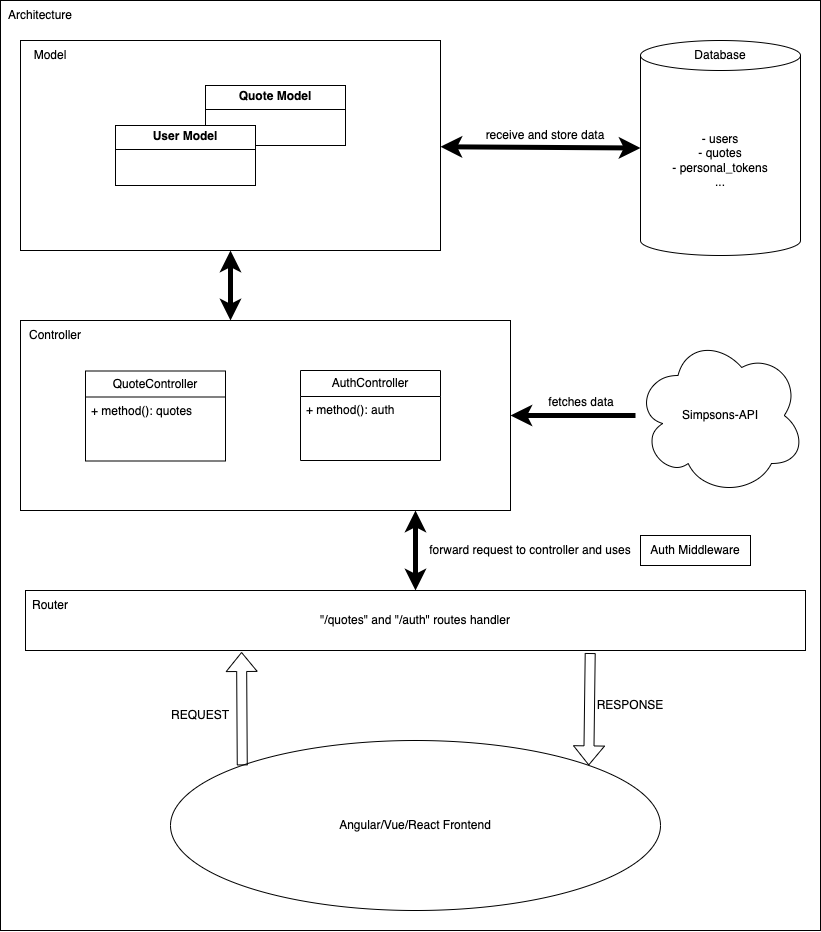
matzedav/challenge-hanseatic keeps this draw.io diagram as images/Architecture.png. Above is the earlier version. Source tidied: cells renumbered, new cells last; positions are measured from the earlier drawing's top-left corner, leaving out a move shared by most shapes. Source of this version:
```xml
<mxGraphModel>
  <root>
    <mxCell id="0" />
    <mxCell id="1" parent="0" />
    <mxCell id="2" style="rounded=0;whiteSpace=wrap;html=1;" parent="1" vertex="1">
      <mxGeometry width="820" height="930" as="geometry" />
    </mxCell>
    <mxCell id="3" style="rounded=0;whiteSpace=wrap;html=1;" parent="1" vertex="1">
      <mxGeometry x="20" y="40" width="420" height="210" as="geometry" />
    </mxCell>
    <mxCell id="4" value="&lt;p style=&quot;margin:0px;margin-top:4px;text-align:center;&quot;&gt;&lt;b&gt;Quote&lt;/b&gt;&lt;span style=&quot;color: rgba(0, 0, 0, 0); font-family: monospace; font-size: 0px; text-wrap: nowrap; background-color: initial; text-align: left;&quot;&gt;%3CmxGraphModel%3E%3Croot%3E%3CmxCell%20id%3D%220%22%2F%3E%3CmxCell%20id%3D%221%22%20parent%3D%220%22%2F%3E%3CmxCell%20id%3D%222%22%20value%3D%22%26lt%3Bp%20style%3D%26quot%3Bmargin%3A0px%3Bmargin-top%3A4px%3Btext-align%3Acenter%3B%26quot%3B%26gt%3B%26lt%3Bb%26gt%3BUser%20Model%26lt%3B%2Fb%26gt%3B%26lt%3B%2Fp%26gt%3B%26lt%3Bhr%20size%3D%26quot%3B1%26quot%3B%20style%3D%26quot%3Bborder-style%3Asolid%3B%26quot%3B%26gt%3B%26lt%3Bdiv%20style%3D%26quot%3Bheight%3A2px%3B%26quot%3B%26gt%3B%26lt%3B%2Fdiv%26gt%3B%22%20style%3D%22verticalAlign%3Dtop%3Balign%3Dleft%3Boverflow%3Dfill%3Bhtml%3D1%3BwhiteSpace%3Dwrap%3B%22%20vertex%3D%221%22%20parent%3D%221%22%3E%3CmxGeometry%20x%3D%22355%22%20y%3D%22630%22%20width%3D%22140%22%20height%3D%2260%22%20as%3D%22geometry%22%2F%3E%3C%2FmxCell%3E%3C%2Froot%3E%3C%2FmxGraphModel%3E&lt;/span&gt;&lt;b style=&quot;background-color: initial;&quot;&gt;&amp;nbsp;Model&lt;/b&gt;&lt;/p&gt;&lt;hr size=&quot;1&quot; style=&quot;border-style:solid;&quot;&gt;&lt;div style=&quot;height:2px;&quot;&gt;&lt;/div&gt;" style="verticalAlign=top;align=left;overflow=fill;html=1;whiteSpace=wrap;" parent="1" vertex="1">
      <mxGeometry x="205" y="85" width="140" height="60" as="geometry" />
    </mxCell>
    <mxCell id="5" value="&lt;span style=&quot;background-color: initial;&quot;&gt;- users&lt;/span&gt;&lt;div&gt;- quotes&lt;/div&gt;&lt;div&gt;- personal_tokens&lt;/div&gt;&lt;div&gt;...&lt;/div&gt;" style="shape=cylinder3;whiteSpace=wrap;html=1;boundedLbl=1;backgroundOutline=1;size=15;" parent="1" vertex="1">
      <mxGeometry x="640" y="40" width="160" height="215" as="geometry" />
    </mxCell>
    <mxCell id="6" value="&lt;p style=&quot;text-align: center; margin: 4px 0px 0px;&quot;&gt;&lt;span style=&quot;background-color: initial; text-align: left;&quot;&gt;&lt;b&gt;User&lt;/b&gt;&lt;/span&gt;&lt;span style=&quot;color: rgba(0, 0, 0, 0); font-family: monospace; font-size: 0px; text-wrap: nowrap; background-color: initial; text-align: left;&quot;&gt;%3CmxGraphModel%3E%3Croot%3E%3CmxCell%20id%3D%220%22%2F%3E%3CmxCell%20id%3D%221%22%20parent%3D%220%22%2F%3E%3CmxCell%20id%3D%222%22%20value%3D%22%26lt%3Bp%20style%3D%26quot%3Bmargin%3A0px%3Bmargin-top%3A4px%3Btext-align%3Acenter%3B%26quot%3B%26gt%3B%26lt%3Bb%26gt%3BUser%20Model%26lt%3B%2Fb%26gt%3B%26lt%3B%2Fp%26gt%3B%26lt%3Bhr%20size%3D%26quot%3B1%26quot%3B%20style%3D%26quot%3Bborder-style%3Asolid%3B%26quot%3B%26gt%3B%26lt%3Bdiv%20style%3D%26quot%3Bheight%3A2px%3B%26quot%3B%26gt%3B%26lt%3B%2Fdiv%26gt%3B%22%20style%3D%22verticalAlign%3Dtop%3Balign%3Dleft%3Boverflow%3Dfill%3Bhtml%3D1%3BwhiteSpace%3Dwrap%3B%22%20vertex%3D%221%22%20parent%3D%221%22%3E%3CmxGeometry%20x%3D%22355%22%20y%3D%22630%22%20width%3D%22140%22%20height%3D%2260%22%20as%3D%22geometry%22%2F%3E%3C%2FmxCell%3E%3C%2Froot%3E%3C%2FmxGraphModel%3E&lt;/span&gt;&lt;b style=&quot;background-color: initial;&quot;&gt;&amp;nbsp;Model&lt;/b&gt;&lt;/p&gt;&lt;hr size=&quot;1&quot; style=&quot;border-style:solid;&quot;&gt;&lt;div style=&quot;height:2px;&quot;&gt;&lt;/div&gt;" style="verticalAlign=top;align=left;overflow=fill;html=1;whiteSpace=wrap;" parent="1" vertex="1">
      <mxGeometry x="115" y="125" width="140" height="60" as="geometry" />
    </mxCell>
    <mxCell id="7" style="endArrow=classic;startArrow=classic;html=1;rounded=0;entryX=0;entryY=0.5;entryDx=0;entryDy=0;entryPerimeter=0;fontSize=22;strokeWidth=5;" parent="1" edge="1" source="3" target="5">
      <mxGeometry relative="1" as="geometry" />
    </mxCell>
    <mxCell id="8" value="receive and store data" style="text;strokeColor=none;align=center;fillColor=none;html=1;verticalAlign=middle;whiteSpace=wrap;rounded=0;" parent="1" vertex="1">
      <mxGeometry x="440" y="120" width="210" height="30" as="geometry" />
    </mxCell>
    <mxCell id="9" value="Model" style="text;strokeColor=none;align=center;fillColor=none;html=1;verticalAlign=middle;whiteSpace=wrap;rounded=0;" parent="1" vertex="1">
      <mxGeometry x="20" y="40" width="60" height="30" as="geometry" />
    </mxCell>
    <mxCell id="10" style="rounded=0;whiteSpace=wrap;html=1;" parent="1" vertex="1">
      <mxGeometry x="20" y="320" width="490" height="190" as="geometry" />
    </mxCell>
    <mxCell id="11" value="Controller" style="text;strokeColor=none;align=center;fillColor=none;html=1;verticalAlign=middle;whiteSpace=wrap;rounded=0;" parent="1" vertex="1">
      <mxGeometry x="25" y="320" width="60" height="30" as="geometry" />
    </mxCell>
    <mxCell id="12" value="QuoteController" style="swimlane;fontStyle=0;horizontal=1;startSize=26;fillColor=none;whiteSpace=wrap;html=1;" parent="1" vertex="1">
      <mxGeometry x="85" y="370.5" width="140" height="90" as="geometry" />
    </mxCell>
    <mxCell id="13" value="+ method(): quotes&lt;div&gt;&lt;div&gt;&lt;br&gt;&lt;/div&gt;&lt;/div&gt;" style="text;strokeColor=none;fillColor=none;align=left;verticalAlign=top;spacingLeft=4;spacingRight=4;overflow=hidden;whiteSpace=wrap;html=1;" parent="12" vertex="1">
      <mxGeometry y="26" width="140" height="64" as="geometry" />
    </mxCell>
    <mxCell id="14" value="AuthController" style="swimlane;fontStyle=0;horizontal=1;startSize=26;fillColor=none;whiteSpace=wrap;html=1;" parent="1" vertex="1">
      <mxGeometry x="300" y="370" width="140" height="90" as="geometry" />
    </mxCell>
    <mxCell id="15" value="+ method(): auth" style="text;strokeColor=none;fillColor=none;align=left;verticalAlign=top;spacingLeft=4;spacingRight=4;overflow=hidden;whiteSpace=wrap;html=1;" parent="14" vertex="1">
      <mxGeometry y="26" width="140" height="64" as="geometry" />
    </mxCell>
    <mxCell id="16" style="endArrow=classic;startArrow=classic;html=1;rounded=0;entryX=0.5;entryY=1;entryDx=0;entryDy=0;strokeWidth=5;" parent="1" edge="1" target="3">
      <mxGeometry relative="1" as="geometry">
        <mxPoint x="230" y="320" as="sourcePoint" />
      </mxGeometry>
    </mxCell>
    <mxCell id="17" value="&quot;/quotes&quot; and &quot;/auth&quot; routes handler" style="rounded=0;whiteSpace=wrap;html=1;" parent="1" vertex="1">
      <mxGeometry x="25" y="590" width="780" height="60" as="geometry" />
    </mxCell>
    <mxCell id="18" style="endArrow=classic;startArrow=classic;html=1;rounded=0;entryX=0.5;entryY=1;entryDx=0;entryDy=0;strokeWidth=5;exitX=0.5;exitY=0;exitDx=0;exitDy=0;" parent="1" edge="1" source="17">
      <mxGeometry relative="1" as="geometry">
        <mxPoint x="415" y="510" as="targetPoint" />
      </mxGeometry>
    </mxCell>
    <mxCell id="19" value="Auth Middleware" style="html=1;whiteSpace=wrap;" parent="1" vertex="1">
      <mxGeometry x="640" y="535" width="110" height="30" as="geometry" />
    </mxCell>
    <mxCell id="20" value="forward request to controller and uses" style="text;strokeColor=none;align=center;fillColor=none;html=1;verticalAlign=middle;whiteSpace=wrap;rounded=0;" parent="1" vertex="1">
      <mxGeometry x="420" y="535" width="220" height="30" as="geometry" />
    </mxCell>
    <mxCell id="21" value="Angular/Vue/React Frontend" style="ellipse;whiteSpace=wrap;html=1;" parent="1" vertex="1">
      <mxGeometry x="170" y="740" width="490" height="170" as="geometry" />
    </mxCell>
    <mxCell id="22" style="shape=flexArrow;endArrow=classic;html=1;rounded=0;exitX=0;exitY=0;exitDx=0;exitDy=0;entryX=0.277;entryY=1.025;entryDx=0;entryDy=0;entryPerimeter=0;" parent="1" edge="1" source="21" target="17">
      <mxGeometry relative="1" as="geometry" />
    </mxCell>
    <mxCell id="23" value="REQUEST" style="text;strokeColor=none;align=center;fillColor=none;html=1;verticalAlign=middle;whiteSpace=wrap;rounded=0;" parent="1" vertex="1">
      <mxGeometry x="170" y="700" width="60" height="30" as="geometry" />
    </mxCell>
    <mxCell id="24" style="shape=flexArrow;endArrow=classic;html=1;rounded=0;entryX=1;entryY=0;entryDx=0;entryDy=0;exitX=0.724;exitY=1.042;exitDx=0;exitDy=0;exitPerimeter=0;" parent="1" edge="1" source="17" target="21">
      <mxGeometry relative="1" as="geometry" />
    </mxCell>
    <mxCell id="25" value="RESPONSE" style="text;strokeColor=none;align=center;fillColor=none;html=1;verticalAlign=middle;whiteSpace=wrap;rounded=0;" parent="1" vertex="1">
      <mxGeometry x="600" y="690" width="60" height="30" as="geometry" />
    </mxCell>
    <mxCell id="26" value="Database" style="text;strokeColor=none;align=center;fillColor=none;html=1;verticalAlign=middle;whiteSpace=wrap;rounded=0;" parent="1" vertex="1">
      <mxGeometry x="690" y="40" width="60" height="30" as="geometry" />
    </mxCell>
    <mxCell id="27" value="Router" style="text;strokeColor=none;align=center;fillColor=none;html=1;verticalAlign=middle;whiteSpace=wrap;rounded=0;" parent="1" vertex="1">
      <mxGeometry x="20" y="590" width="60" height="30" as="geometry" />
    </mxCell>
    <mxCell id="28" style="edgeStyle=orthogonalEdgeStyle;rounded=0;jettySize=auto;html=1;entryX=1;entryY=0.5;entryDx=0;entryDy=0;strokeWidth=5;" parent="1" edge="1" source="29" target="10">
      <mxGeometry relative="1" as="geometry" />
    </mxCell>
    <mxCell id="29" value="Simpsons-API" style="ellipse;shape=cloud;whiteSpace=wrap;html=1;" parent="1" vertex="1">
      <mxGeometry x="635" y="335" width="170" height="160" as="geometry" />
    </mxCell>
    <mxCell id="30" value="fetches data" style="text;strokeColor=none;align=center;fillColor=none;html=1;verticalAlign=middle;whiteSpace=wrap;rounded=0;" parent="1" vertex="1">
      <mxGeometry x="486" y="387" width="190" height="30" as="geometry" />
    </mxCell>
    <mxCell id="31" value="Architecture" style="text;strokeColor=none;align=center;fillColor=none;html=1;verticalAlign=middle;whiteSpace=wrap;rounded=0;" parent="1" vertex="1">
      <mxGeometry x="10" width="60" height="30" as="geometry" />
    </mxCell>
  </root>
</mxGraphModel>
```
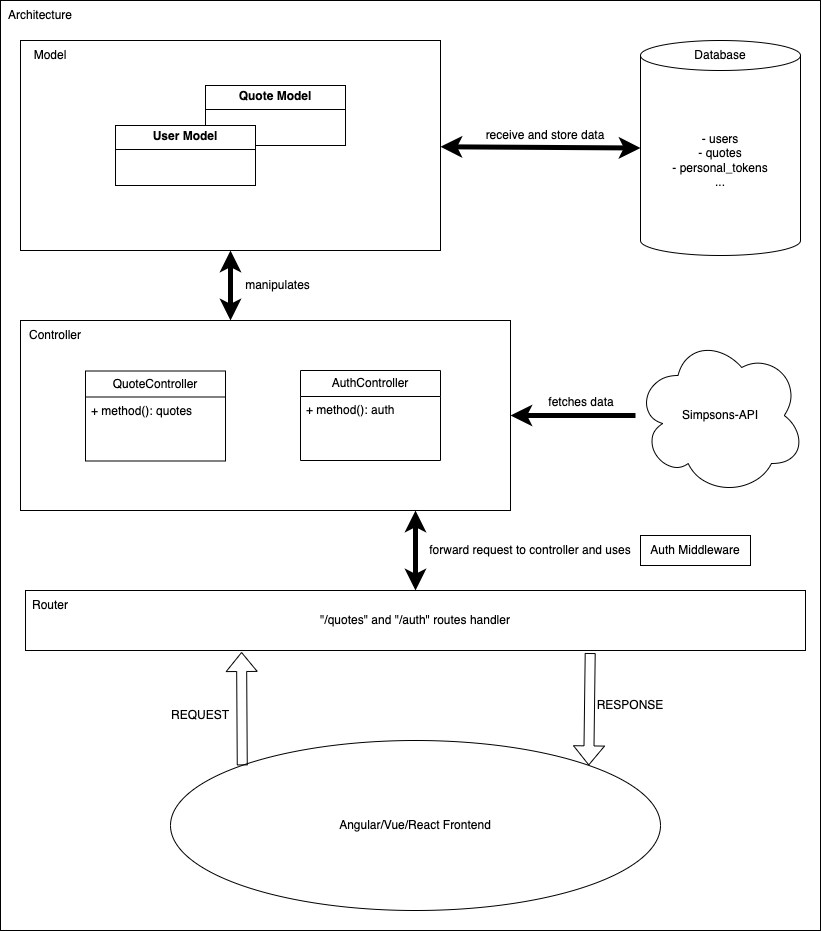
The same diagram one commit later.

What changed in the source:
```diff
@@ -96,5 +96,8 @@
     <mxCell id="31" value="Architecture" style="text;strokeColor=none;align=center;fillColor=none;html=1;verticalAlign=middle;whiteSpace=wrap;rounded=0;" parent="1" vertex="1">
       <mxGeometry x="10" width="60" height="30" as="geometry" />
     </mxCell>
+    <mxCell id="32" value="manipulates" style="text;strokeColor=none;align=center;fillColor=none;html=1;verticalAlign=middle;whiteSpace=wrap;rounded=0;" parent="1" vertex="1">
+      <mxGeometry x="210" y="270" width="135" height="30" as="geometry" />
+    </mxCell>
   </root>
 </mxGraphModel>
```
